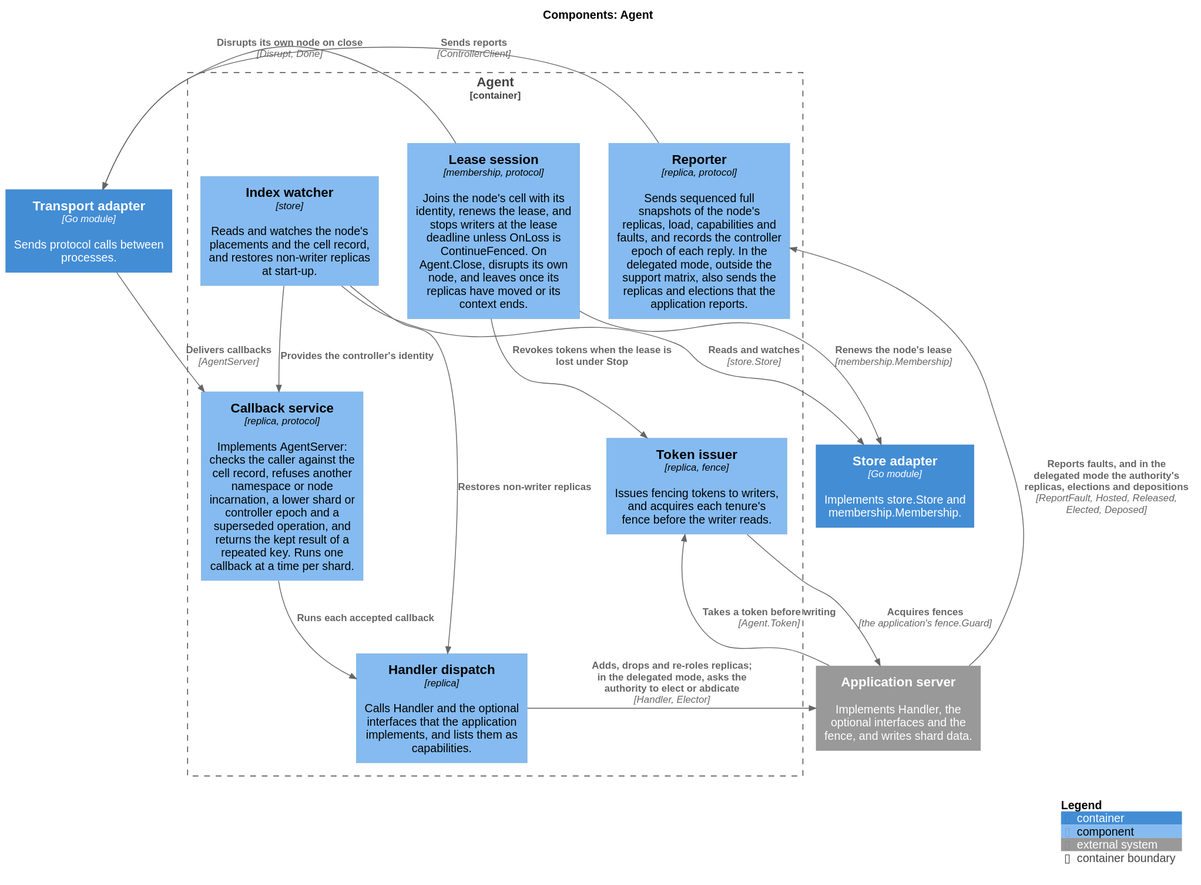
thesm-os/sharder keeps this PlantUML diagram as docs/c4/components/agent.svg. Above is the earlier version.
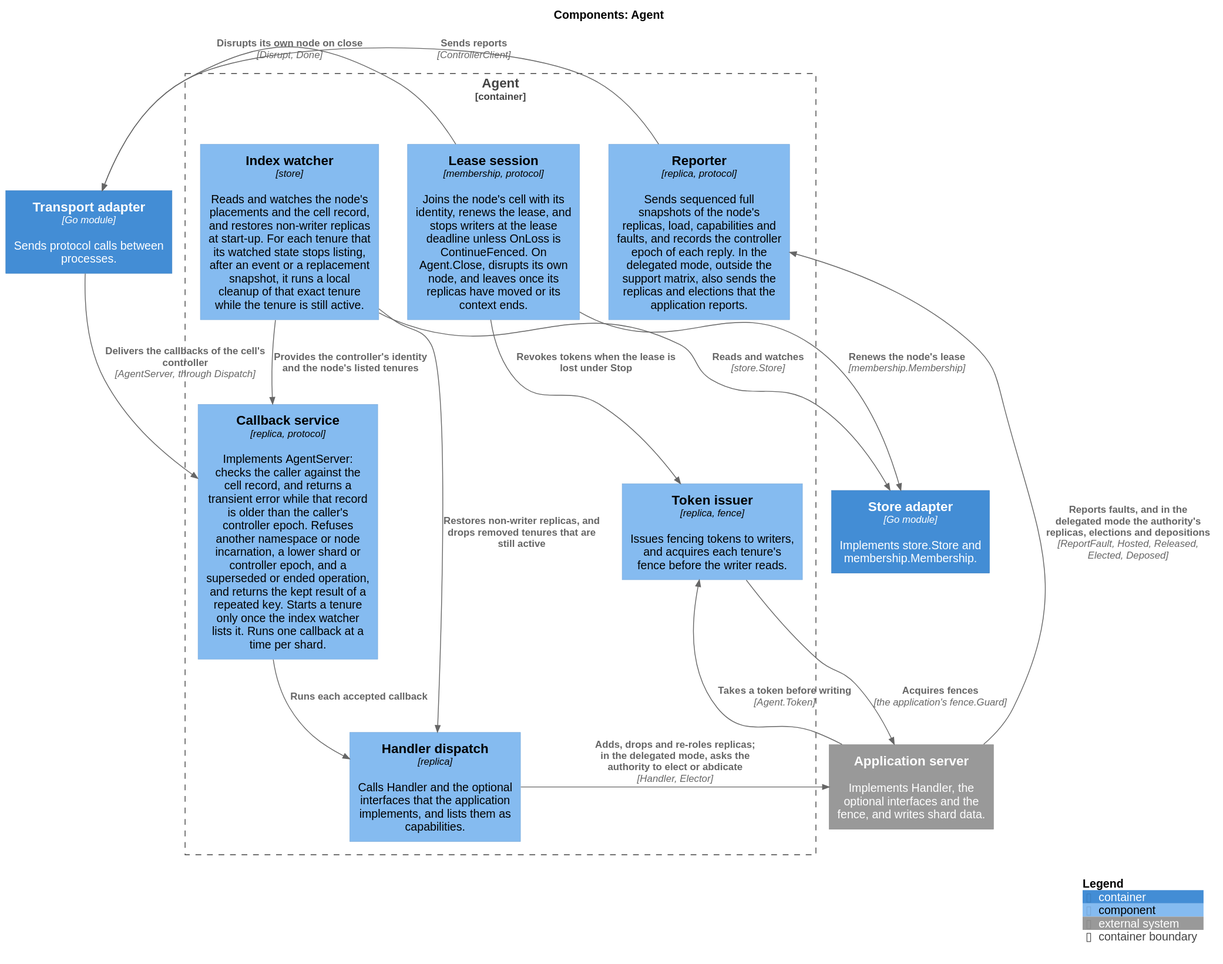
The same file after the commit.

What changed in the source:
```diff
@@ -7,11 +7,11 @@
 System_Ext(app, "Application server", "Implements Handler, the optional interfaces and the fence, and writes shard data.")
 
 Container_Boundary(agent, "Agent") {
-    Component(service, "Callback service", "replica, protocol", "Implements AgentServer: checks the caller against the cell record, refuses another namespace or node incarnation, a lower shard or controller epoch and a superseded operation, and returns the kept result of a repeated key. Runs one callback at a time per shard.")
+    Component(service, "Callback service", "replica, protocol", "Implements AgentServer: checks the caller against the cell record, and returns a transient error while that record is older than the caller's controller epoch. Refuses another namespace or node incarnation, a lower shard or controller epoch, and a superseded or ended operation, and returns the kept result of a repeated key. Starts a tenure only once the index watcher lists it. Runs one callback at a time per shard.")
     Component(dispatch, "Handler dispatch", "replica", "Calls Handler and the optional interfaces that the application implements, and lists them as capabilities.")
     Component(tokens, "Token issuer", "replica, fence", "Issues fencing tokens to writers, and acquires each tenure's fence before the writer reads.")
     Component(session, "Lease session", "membership, protocol", "Joins the node's cell with its identity, renews the lease, and stops writers at the lease deadline unless OnLoss is ContinueFenced. On Agent.Close, disrupts its own node, and leaves once its replicas have moved or its context ends.")
-    Component(index, "Index watcher", "store", "Reads and watches the node's placements and the cell record, and restores non-writer replicas at start-up.")
+    Component(index, "Index watcher", "store", "Reads and watches the node's placements and the cell record, and restores non-writer replicas at start-up. For each tenure that its watched state stops listing, after an event or a replacement snapshot, it runs a local cleanup of that exact tenure while the tenure is still active.")
     Component(reporter, "Reporter", "replica, protocol", "Sends sequenced full snapshots of the node's replicas, load, capabilities and faults, and records the controller epoch of each reply. In the delegated mode, outside the support matrix, also sends the replicas and elections that the application reports.")
 }
 
@@ -19,7 +19,7 @@
 
 Lay_R(transport, index)
 
-Rel(transport, service, "Delivers callbacks", "AgentServer")
+Rel(transport, service, "Delivers the callbacks of the cell's controller", "AgentServer, through Dispatch")
 Rel(service, dispatch, "Runs each accepted callback")
 Rel(dispatch, app, "Adds, drops and re-roles replicas; in the delegated mode, asks the authority to elect or abdicate", "Handler, Elector")
 Rel(app, tokens, "Takes a token before writing", "Agent.Token")
@@ -27,8 +27,8 @@
 Rel(tokens, app, "Acquires fences", "the application's fence.Guard")
 Rel(reporter, transport, "Sends reports", "ControllerClient")
 Rel(session, tokens, "Revokes tokens when the lease is lost under Stop")
-Rel(index, service, "Provides the controller's identity")
-Rel(index, dispatch, "Restores non-writer replicas")
+Rel(index, service, "Provides the controller's identity and the node's listed tenures")
+Rel(index, dispatch, "Restores non-writer replicas, and drops removed tenures that are still active")
 
 Rel(index, adapters, "Reads and watches", "store.Store")
 Rel(session, adapters, "Renews the node's lease", "membership.Membership")
```
